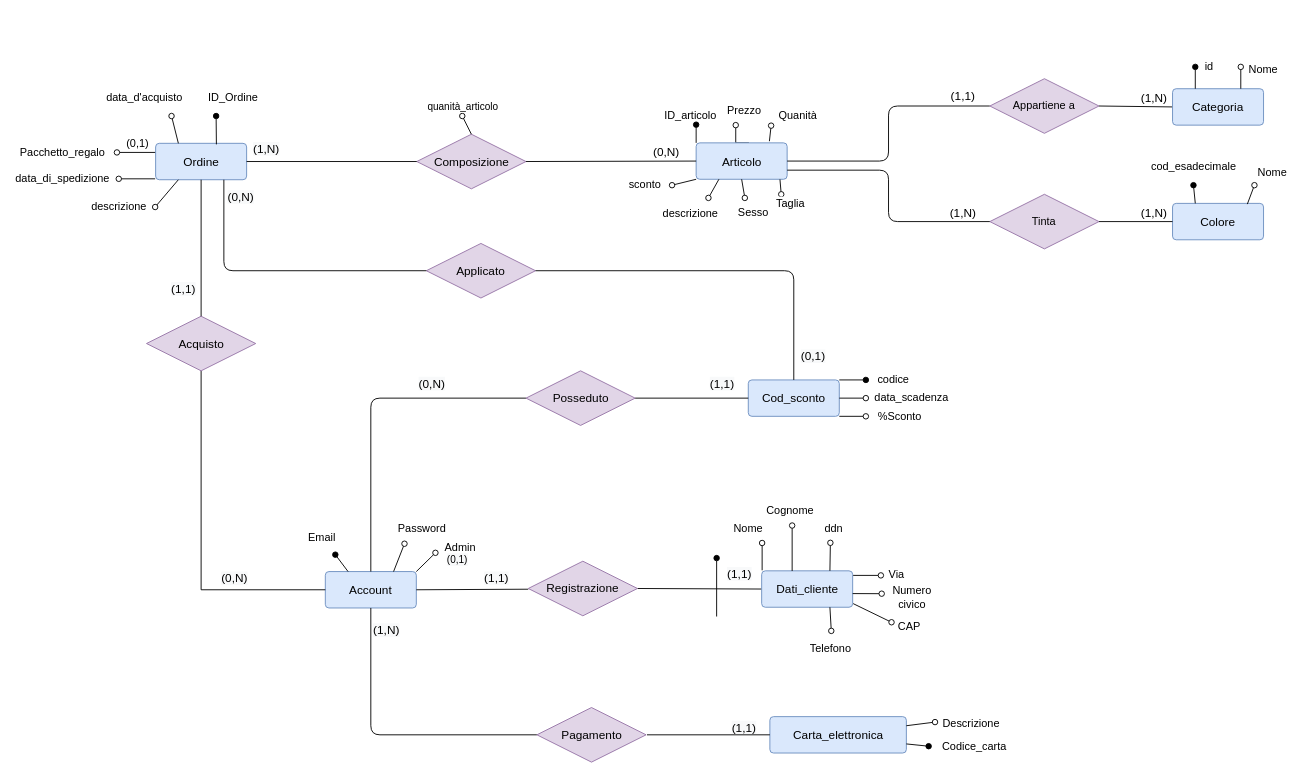
This is Database/Modello concettuale/modello concettuale.drawio from Alberto-00/Toj, a draw.io file, before an edit. Source tidied: cells renumbered, new cells numbered last; positions are measured from the earlier drawing's top-left corner, leaving out a move shared by most shapes. Both pictures are drawn from the tidied source at 91%, with x=0, y=0 at pixel (116, 60).
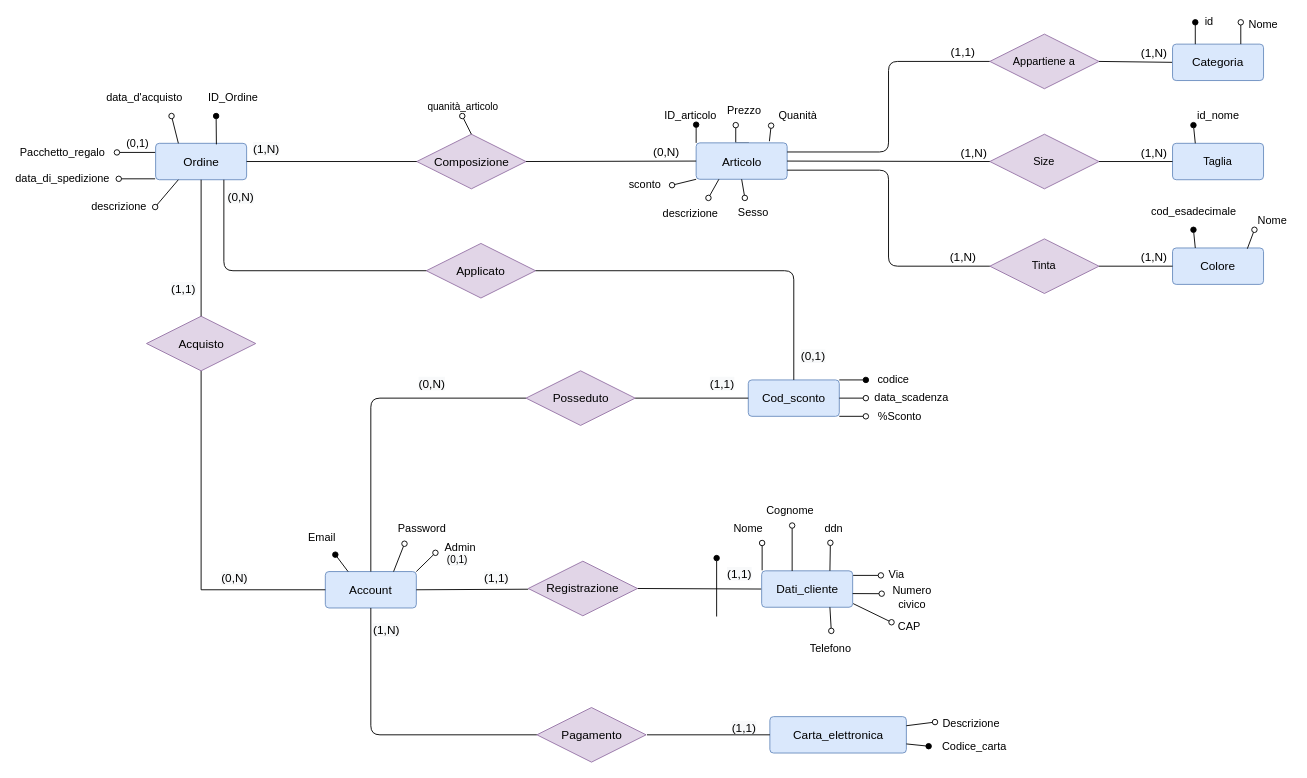
Above is the later version.

Unchanged cells that the change refers to:
```xml
<mxCell id="4" value="&lt;font style=&quot;font-size: 13px&quot;&gt;Articolo&lt;/font&gt;" style="rounded=1;arcSize=10;whiteSpace=wrap;html=1;align=center;fillColor=#dae8fc;strokeColor=#6c8ebf;" parent="1" vertex="1">
  <mxGeometry x="636.5" y="90.5" width="100" height="40" as="geometry" />
</mxCell>
```

The edit, as a diff of the source:
```diff
@@
-    <mxCell id="7" value="&lt;font style=&quot;font-size: 12px&quot;&gt;Taglia&lt;/font&gt;" style="endArrow=none;html=1;rounded=0;endFill=0;startArrow=oval;startFill=0;entryX=0.921;entryY=1.003;entryDx=0;entryDy=0;entryPerimeter=0;" parent="1" edge="1" target="4">
-      <mxGeometry x="-1" y="-14" relative="1" as="geometry">
-        <mxPoint x="730" y="147" as="sourcePoint" />
-        <mxPoint x="-4" y="11" as="offset" />
-      </mxGeometry>
-    </mxCell>
@@
-    <mxCell id="81" style="endArrow=none;html=1;entryX=1;entryY=0.5;entryDx=0;entryDy=0;edgeStyle=orthogonalEdgeStyle;exitX=0;exitY=0.5;exitDx=0;exitDy=0;" parent="1" edge="1" source="82" target="4">
+    <mxCell id="81" style="endArrow=none;html=1;entryX=1;entryY=0.25;entryDx=0;entryDy=0;edgeStyle=orthogonalEdgeStyle;exitX=0;exitY=0.5;exitDx=0;exitDy=0;" parent="1" edge="1" source="82" target="4">
       <mxGeometry relative="1" as="geometry" />
     </mxCell>
     <mxCell id="82" value="Appartiene a" style="shape=rhombus;perimeter=rhombusPerimeter;whiteSpace=wrap;html=1;align=center;fillColor=#e1d5e7;strokeColor=#9673a6;" parent="1" vertex="1">
-      <mxGeometry x="959.2" y="20" width="120" height="60" as="geometry" />
+      <mxGeometry x="959.2" y="-29" width="120" height="60" as="geometry" />
     </mxCell>
@@
     <mxCell id="84" value="&lt;font style=&quot;font-size: 13px&quot;&gt;Categoria&lt;/font&gt;" style="rounded=1;arcSize=10;whiteSpace=wrap;html=1;align=center;fillColor=#dae8fc;strokeColor=#6c8ebf;" parent="1" vertex="1">
-      <mxGeometry x="1160" y="31" width="100" height="40" as="geometry" />
+      <mxGeometry x="1160" y="-18" width="100" height="40" as="geometry" />
     </mxCell>
     <mxCell id="85" value="id" style="endArrow=oval;html=1;rounded=0;fontSize=12;endFill=1;exitX=0.25;exitY=0;exitDx=0;exitDy=0;" parent="1" edge="1" source="84">
       <mxGeometry x="1" y="-15" relative="1" as="geometry">
-        <mxPoint x="1185" y="7" as="targetPoint" />
+        <mxPoint x="1185" y="-42" as="targetPoint" />
       </mxGeometry>
     </mxCell>
     <mxCell id="86" value="&lt;font style=&quot;font-size: 13px&quot;&gt;Colore&lt;/font&gt;" style="rounded=1;arcSize=10;whiteSpace=wrap;html=1;align=center;fillColor=#dae8fc;strokeColor=#6c8ebf;" parent="1" vertex="1">
-      <mxGeometry x="1160" y="157" width="100" height="40" as="geometry" />
+      <mxGeometry x="1160" y="206" width="100" height="40" as="geometry" />
     </mxCell>
     <mxCell id="87" value="cod_esadecimale" style="endArrow=oval;html=1;rounded=0;fontSize=12;endFill=1;exitX=0.25;exitY=0;exitDx=0;exitDy=0;" parent="1" edge="1" source="86">
       <mxGeometry x="1" y="-20" relative="1" as="geometry">
-        <mxPoint x="1183" y="137" as="targetPoint" />
+        <mxPoint x="1183" y="186" as="targetPoint" />
         <mxPoint x="-20" y="-18" as="offset" />
       </mxGeometry>
     </mxCell>
     <mxCell id="88" value="&lt;font style=&quot;font-size: 13px&quot;&gt;(1,N)&lt;/font&gt;" style="text;html=1;strokeColor=none;fillColor=none;align=center;verticalAlign=middle;whiteSpace=wrap;rounded=0;fontSize=8;horizontal=0;rotation=90;" parent="1" vertex="1">
-      <mxGeometry x="1120" y="31" width="40" height="20" as="geometry" />
+      <mxGeometry x="1120" y="-18" width="40" height="20" as="geometry" />
     </mxCell>
     <mxCell id="89" value="&lt;span style=&quot;font-size: 13px&quot;&gt;(1,1)&lt;/span&gt;" style="text;html=1;strokeColor=none;fillColor=none;align=center;verticalAlign=middle;whiteSpace=wrap;rounded=0;fontSize=8;horizontal=0;rotation=90;" parent="1" vertex="1">
-      <mxGeometry x="910" y="29.1" width="40" height="20" as="geometry" />
+      <mxGeometry x="910" y="-19.9" width="40" height="20" as="geometry" />
     </mxCell>
     <mxCell id="90" value="Tinta" style="shape=rhombus;perimeter=rhombusPerimeter;whiteSpace=wrap;html=1;align=center;fillColor=#e1d5e7;strokeColor=#9673a6;" parent="1" vertex="1">
-      <mxGeometry x="959.2" y="147" width="120" height="60" as="geometry" />
+      <mxGeometry x="959.2" y="196" width="120" height="60" as="geometry" />
     </mxCell>
     <mxCell id="91" value="&lt;font style=&quot;font-size: 13px&quot;&gt;(1,N)&lt;/font&gt;" style="text;html=1;strokeColor=none;fillColor=none;align=center;verticalAlign=middle;whiteSpace=wrap;rounded=0;fontSize=8;horizontal=0;rotation=90;" parent="1" vertex="1">
-      <mxGeometry x="1120" y="157" width="40" height="20" as="geometry" />
+      <mxGeometry x="1120" y="206" width="40" height="20" as="geometry" />
     </mxCell>
     <mxCell id="92" value="&lt;font style=&quot;font-size: 13px&quot;&gt;(1,N)&lt;/font&gt;" style="text;html=1;strokeColor=none;fillColor=none;align=center;verticalAlign=middle;whiteSpace=wrap;rounded=0;fontSize=8;horizontal=0;rotation=90;" parent="1" vertex="1">
-      <mxGeometry x="910" y="157" width="40" height="20" as="geometry" />
+      <mxGeometry x="910" y="206" width="40" height="20" as="geometry" />
     </mxCell>
@@
     <mxCell id="100" style="endArrow=oval;html=1;exitX=0.75;exitY=0;exitDx=0;exitDy=0;endFill=0;" parent="1" edge="1" source="84">
       <mxGeometry relative="1" as="geometry">
-        <mxPoint x="1235" y="7" as="targetPoint" />
+        <mxPoint x="1235" y="-42" as="targetPoint" />
       </mxGeometry>
     </mxCell>
     <mxCell id="101" value="Nome" style="text;html=1;strokeColor=none;fillColor=none;align=center;verticalAlign=middle;whiteSpace=wrap;rounded=0;" parent="1" vertex="1">
-      <mxGeometry x="1240" width="40" height="20" as="geometry" />
+      <mxGeometry x="1240" y="-49" width="40" height="20" as="geometry" />
     </mxCell>
     <mxCell id="102" style="endArrow=none;html=1;entryX=0.822;entryY=0.02;entryDx=0;entryDy=0;endFill=0;startArrow=oval;startFill=0;entryPerimeter=0;" parent="1" edge="1" target="86">
       <mxGeometry relative="1" as="geometry">
-        <mxPoint x="1250" y="137" as="sourcePoint" />
+        <mxPoint x="1250" y="186" as="sourcePoint" />
       </mxGeometry>
     </mxCell>
     <mxCell id="103" value="Nome" style="text;html=1;strokeColor=none;fillColor=none;align=center;verticalAlign=middle;whiteSpace=wrap;rounded=0;" parent="1" vertex="1">
-      <mxGeometry x="1250" y="112.6" width="40" height="20" as="geometry" />
+      <mxGeometry x="1250" y="166" width="40" height="20" as="geometry" />
     </mxCell>
+    <mxCell id="7" value="Taglia" style="rounded=1;arcSize=10;whiteSpace=wrap;html=1;align=center;fillColor=#dae8fc;strokeColor=#6c8ebf;" parent="1" vertex="1">
+      <mxGeometry x="1160" y="91" width="100" height="40" as="geometry" />
+    </mxCell>
+    <mxCell id="104" value="id_nome" style="endArrow=oval;html=1;rounded=0;fontSize=12;endFill=1;exitX=0.25;exitY=0;exitDx=0;exitDy=0;" parent="1" edge="1" source="7">
+      <mxGeometry x="1" y="-29" relative="1" as="geometry">
+        <mxPoint x="1183" y="71" as="targetPoint" />
+        <mxPoint x="-2" y="-7" as="offset" />
+      </mxGeometry>
+    </mxCell>
+    <mxCell id="105" value="Size" style="shape=rhombus;perimeter=rhombusPerimeter;whiteSpace=wrap;html=1;align=center;fillColor=#e1d5e7;strokeColor=#9673a6;" parent="1" vertex="1">
+      <mxGeometry x="959.2" y="81" width="120" height="60" as="geometry" />
+    </mxCell>
+    <mxCell id="106" value="&lt;font style=&quot;font-size: 13px&quot;&gt;(1,N)&lt;/font&gt;" style="text;html=1;strokeColor=none;fillColor=none;align=center;verticalAlign=middle;whiteSpace=wrap;rounded=0;fontSize=8;horizontal=0;rotation=90;" parent="1" vertex="1">
+      <mxGeometry x="1120" y="91" width="40" height="20" as="geometry" />
+    </mxCell>
+    <mxCell id="107" value="&lt;font style=&quot;font-size: 13px&quot;&gt;(1,N)&lt;/font&gt;" style="text;html=1;strokeColor=none;fillColor=none;align=center;verticalAlign=middle;whiteSpace=wrap;rounded=0;fontSize=8;horizontal=0;rotation=90;" parent="1" vertex="1">
+      <mxGeometry x="922" y="91" width="40" height="20" as="geometry" />
+    </mxCell>
+    <mxCell id="108" style="endArrow=none;html=1;exitX=1;exitY=0.5;exitDx=0;exitDy=0;" parent="1" edge="1" source="105" target="7">
+      <mxGeometry relative="1" as="geometry" />
+    </mxCell>
+    <mxCell id="109" style="endArrow=none;html=1;exitX=1;exitY=0.5;exitDx=0;exitDy=0;entryX=0;entryY=0.5;entryDx=0;entryDy=0;" parent="1" edge="1" source="4" target="105">
+      <mxGeometry relative="1" as="geometry" />
+    </mxCell>
```
